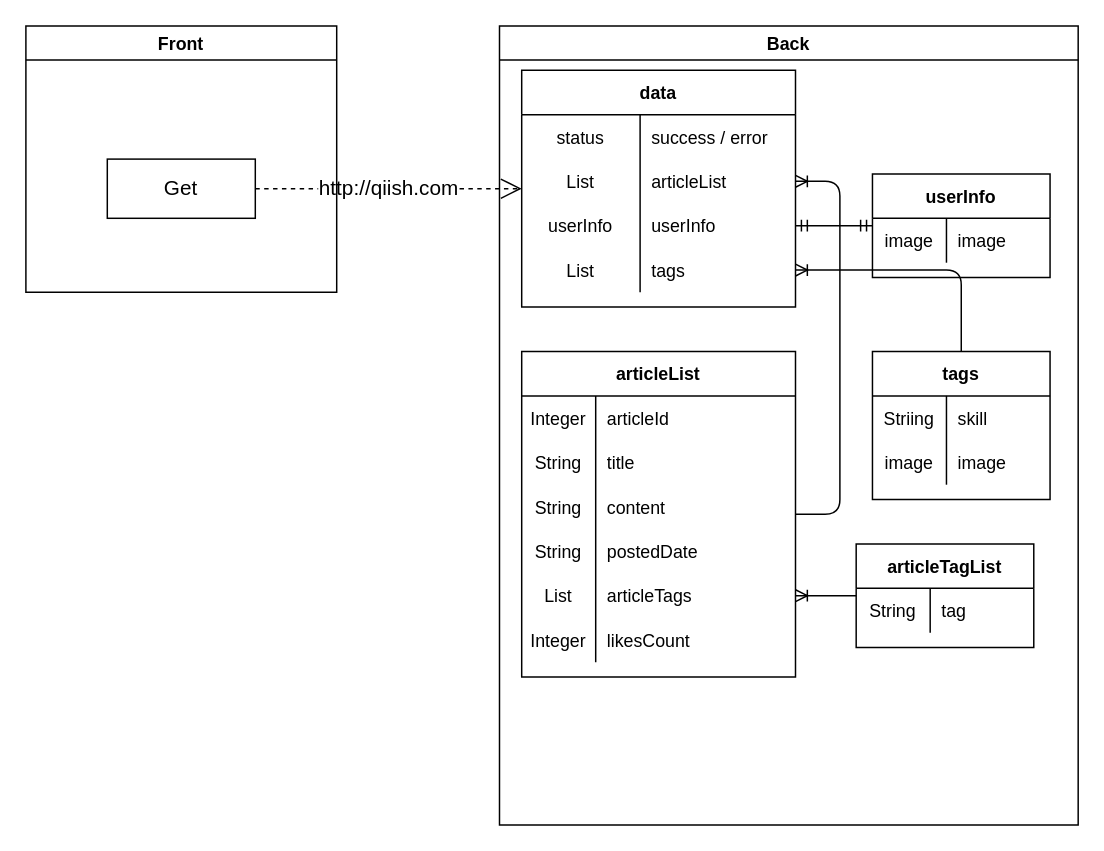
Earlier version of the draw.io diagram page "[トップページ]記事一覧" (2 of 16) of Designs/基本設計.drawio (yusuke-rakus/Qiish). Source tidied: cells renumbered, new cells numbered last; positions are measured from the earlier drawing's top-left corner, leaving out a move shared by most shapes. Both pictures are drawn from the tidied source at 148%, with x=0, y=0 at pixel (25, 25).
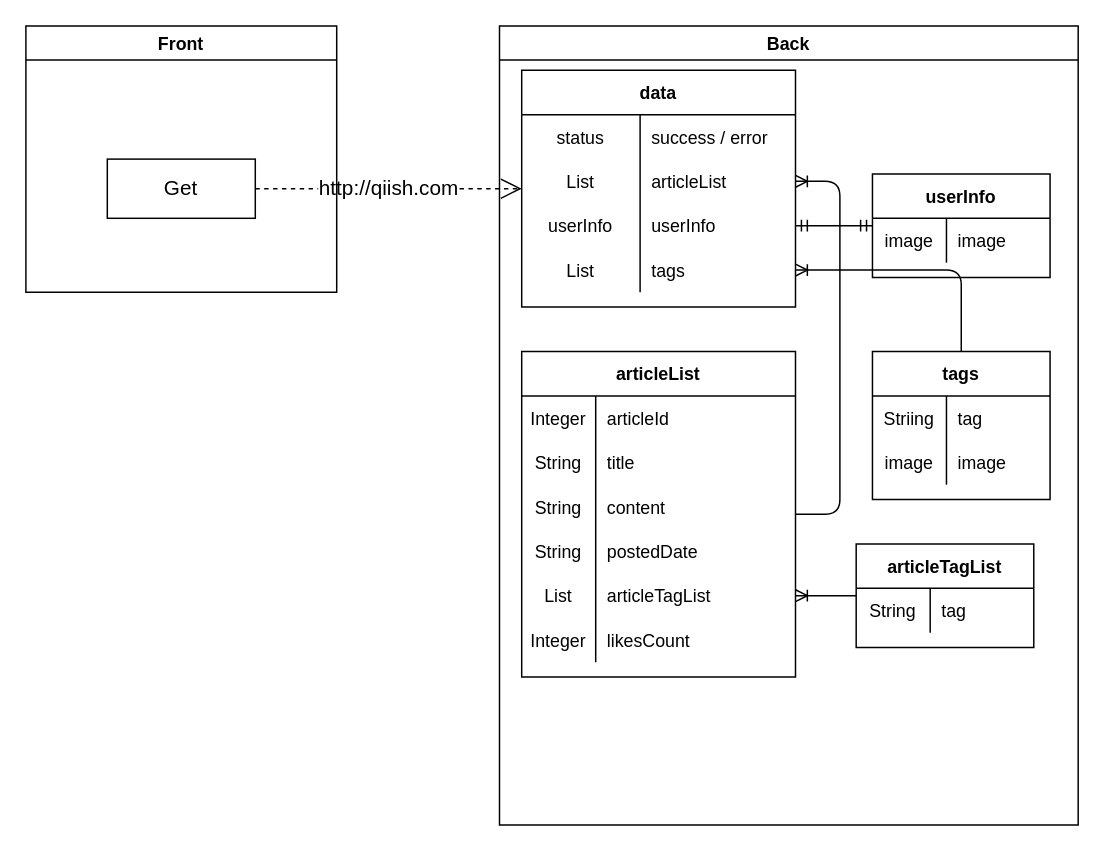
Above is the later version.

Unchanged cells that the change refers to:
```xml
<mxCell id="29" style="shape=partialRectangle;fillColor=none;top=0;left=0;bottom=0;right=0;points=[[0,0.5],[1,0.5]];portConstraint=eastwest;" parent="16" vertex="1">
  <mxGeometry y="150" width="185" height="30" as="geometry" />
</mxCell>
<mxCell id="47" style="shape=partialRectangle;fillColor=none;top=0;left=0;bottom=0;right=0;" parent="46" vertex="1">
  <mxGeometry y="30" width="120" height="30" as="geometry" />
</mxCell>
```

The edit, as a diff of the source:
```diff
@@
-    <mxCell id="31" value="articleTags" style="shape=partialRectangle;fillColor=none;top=0;left=0;bottom=0;right=0;align=left;spacingLeft=6;overflow=hidden;" parent="29" vertex="1">
+    <mxCell id="31" value="articleTagList" style="shape=partialRectangle;fillColor=none;top=0;left=0;bottom=0;right=0;align=left;spacingLeft=6;overflow=hidden;" parent="29" vertex="1">
       <mxGeometry x="50" width="135" height="30" as="geometry" />
     </mxCell>
@@
-    <mxCell id="49" value="skill" style="shape=partialRectangle;fillColor=none;top=0;left=0;bottom=0;right=0;align=left;spacingLeft=6;overflow=hidden;" parent="47" vertex="1">
+    <mxCell id="49" value="tag" style="shape=partialRectangle;fillColor=none;top=0;left=0;bottom=0;right=0;align=left;spacingLeft=6;overflow=hidden;" parent="47" vertex="1">
       <mxGeometry x="50" width="70" height="30" as="geometry" />
     </mxCell>
```
